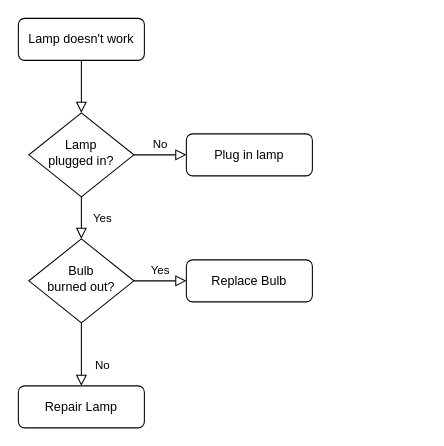
Above: 未命名绘图.drawio in jesson3264/C (draw.io), before the change. Source tidied: cells renumbered, new cells numbered last; positions are measured from the earlier drawing's top-left corner, leaving out a move shared by most shapes. Both pictures are drawn from the tidied source at 105%, with x=0, y=0 at pixel (18, 18).
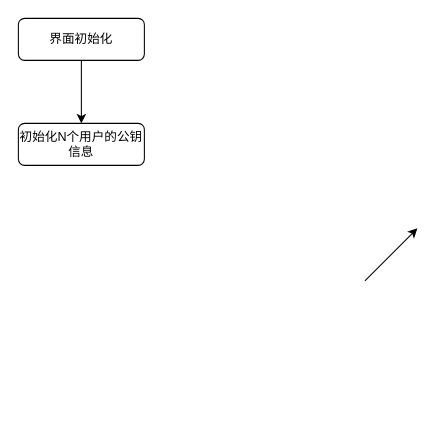
The same page after the edit.

Commit message (it also covers changes not shown here):
更新未命名绘图.drawio

The edit, as a diff of the source:
```diff
@@
 <mxGraphModel>
   <root>
     <mxCell id="0" />
     <mxCell id="1" parent="0" />
-    <mxCell id="2" style="rounded=0;html=1;jettySize=auto;fontSize=11;endArrow=block;endFill=0;endSize=8;strokeWidth=1;shadow=0;labelBackgroundColor=none;edgeStyle=orthogonalEdgeStyle;" parent="1" edge="1" source="3" target="6">
-      <mxGeometry relative="1" as="geometry" />
-    </mxCell>
+    <mxCell id="13" style="edgeStyle=orthogonalEdgeStyle;rounded=0;jettySize=auto;html=1;exitX=0.5;exitY=1;exitDx=0;exitDy=0;entryX=0.5;entryY=0;entryDx=0;entryDy=0;" parent="1" edge="1" source="3" target="14">
+      <mxGeometry relative="1" as="geometry" />
+    </mxCell>
-    <mxCell id="3" value="Lamp doesn't work" style="rounded=1;whiteSpace=wrap;html=1;fontSize=12;glass=0;strokeWidth=1;shadow=0;" parent="1" vertex="1">
+    <mxCell id="3" value="界面初始化" style="rounded=1;whiteSpace=wrap;html=1;fontSize=12;glass=0;strokeWidth=1;shadow=0;" parent="1" vertex="1">
       <mxGeometry width="120" height="40" as="geometry" />
     </mxCell>
-    <mxCell id="4" value="Yes" style="rounded=0;html=1;jettySize=auto;fontSize=11;endArrow=block;endFill=0;endSize=8;strokeWidth=1;shadow=0;labelBackgroundColor=none;edgeStyle=orthogonalEdgeStyle;" parent="1" edge="1" source="6" target="10">
-      <mxGeometry y="20" relative="1" as="geometry" />
-    </mxCell>
-    <mxCell id="5" value="No" style="edgeStyle=orthogonalEdgeStyle;rounded=0;html=1;jettySize=auto;fontSize=11;endArrow=block;endFill=0;endSize=8;strokeWidth=1;shadow=0;labelBackgroundColor=none;" parent="1" edge="1" source="6" target="7">
-      <mxGeometry y="10" relative="1" as="geometry" />
-    </mxCell>
-    <mxCell id="6" value="Lamp&lt;br&gt;plugged in?" style="rhombus;whiteSpace=wrap;html=1;shadow=0;fontFamily=Helvetica;fontSize=12;align=center;strokeWidth=1;spacing=6;spacingTop=-4;" parent="1" vertex="1">
-      <mxGeometry x="10" y="90" width="100" height="80" as="geometry" />
-    </mxCell>
-    <mxCell id="7" value="Plug in lamp" style="rounded=1;whiteSpace=wrap;html=1;fontSize=12;glass=0;strokeWidth=1;shadow=0;" parent="1" vertex="1">
-      <mxGeometry x="160" y="110" width="120" height="40" as="geometry" />
-    </mxCell>
-    <mxCell id="8" value="No" style="rounded=0;html=1;jettySize=auto;fontSize=11;endArrow=block;endFill=0;endSize=8;strokeWidth=1;shadow=0;labelBackgroundColor=none;edgeStyle=orthogonalEdgeStyle;" parent="1" edge="1" source="10" target="11">
-      <mxGeometry x="0.33" y="20" relative="1" as="geometry" />
-    </mxCell>
-    <mxCell id="9" value="Yes" style="edgeStyle=orthogonalEdgeStyle;rounded=0;html=1;jettySize=auto;fontSize=11;endArrow=block;endFill=0;endSize=8;strokeWidth=1;shadow=0;labelBackgroundColor=none;" parent="1" edge="1" source="10" target="12">
-      <mxGeometry y="10" relative="1" as="geometry" />
-    </mxCell>
-    <mxCell id="10" value="Bulb&lt;br&gt;burned out?" style="rhombus;whiteSpace=wrap;html=1;shadow=0;fontFamily=Helvetica;fontSize=12;align=center;strokeWidth=1;spacing=6;spacingTop=-4;" parent="1" vertex="1">
-      <mxGeometry x="10" y="210" width="100" height="80" as="geometry" />
-    </mxCell>
-    <mxCell id="11" value="Repair Lamp" style="rounded=1;whiteSpace=wrap;html=1;fontSize=12;glass=0;strokeWidth=1;shadow=0;" parent="1" vertex="1">
-      <mxGeometry y="350" width="120" height="40" as="geometry" />
-    </mxCell>
-    <mxCell id="12" value="Replace Bulb" style="rounded=1;whiteSpace=wrap;html=1;fontSize=12;glass=0;strokeWidth=1;shadow=0;" parent="1" vertex="1">
-      <mxGeometry x="160" y="230" width="120" height="40" as="geometry" />
-    </mxCell>
+    <mxCell id="14" value="初始化N个用户的公钥信息" style="rounded=1;whiteSpace=wrap;html=1;fontSize=12;glass=0;strokeWidth=1;shadow=0;" parent="1" vertex="1">
+      <mxGeometry y="100" width="120" height="40" as="geometry" />
+    </mxCell>
+    <mxCell id="15" style="endArrow=classic;html=1;rounded=0;" parent="1" edge="1">
+      <mxGeometry relative="1" as="geometry">
+        <mxPoint x="330" y="250" as="sourcePoint" />
+        <mxPoint x="380" y="200" as="targetPoint" />
+      </mxGeometry>
+    </mxCell>
   </root>
 </mxGraphModel>
```
